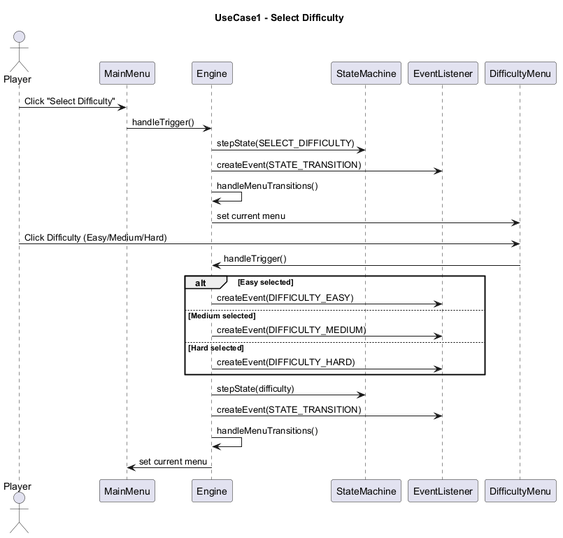
ChuzaWick420/FYP_AI_Based_Puzzle_Game keeps this PlantUML diagram as docs/Diagrams/uc1.png. Above is the earlier version.
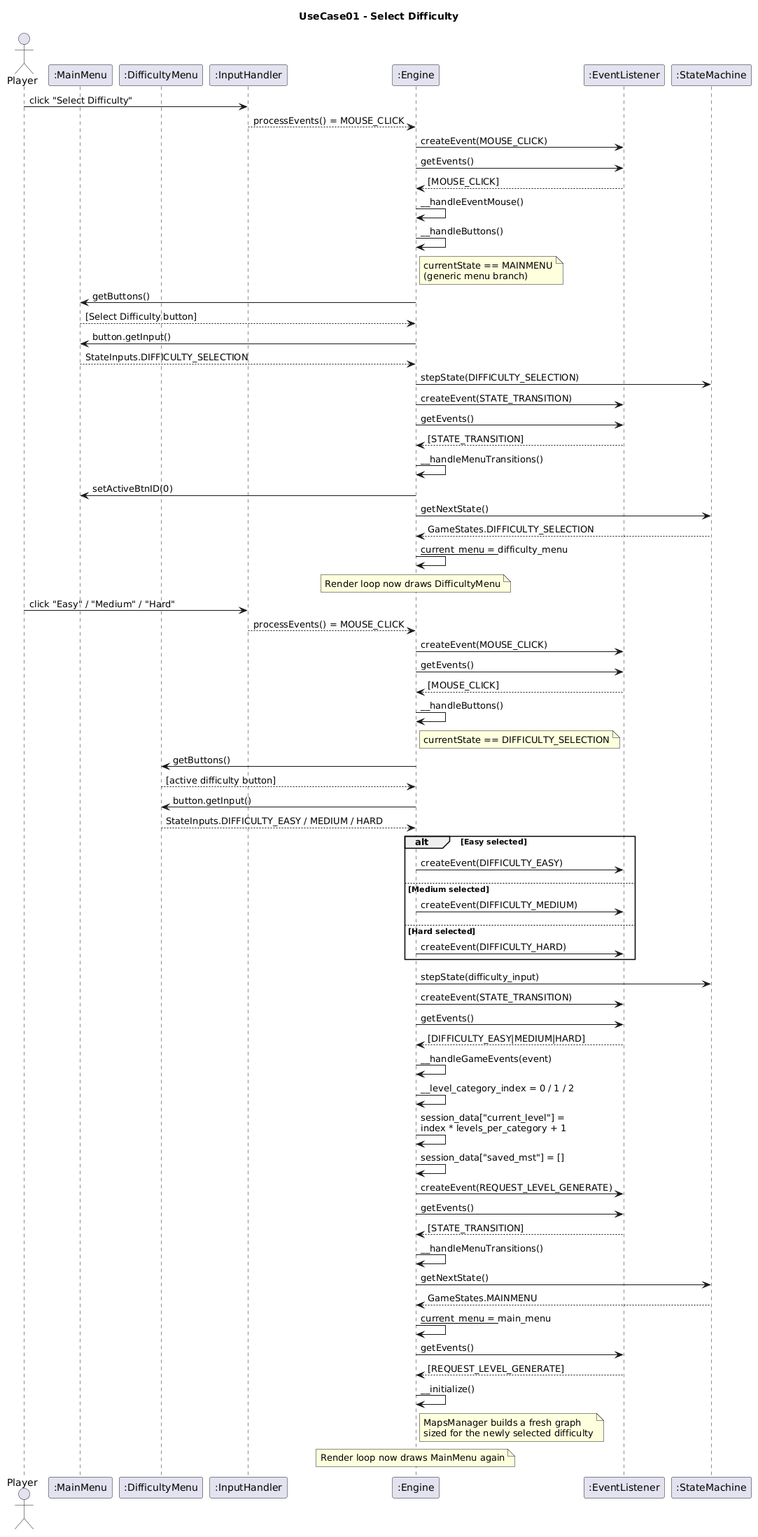
After the commit.

The edit, as a diff of the source:
```diff
@@ -1,40 +1,82 @@
 @startuml
-
-title UseCase1 - Select Difficulty
+title UseCase01 - Select Difficulty
 
 actor Player
+participant ":MainMenu" as MM
+participant ":DifficultyMenu" as DM
+participant ":InputHandler" as IH
+participant ":Engine" as E
+participant ":EventListener" as EL
+participant ":StateMachine" as SM
 
-participant MainMenu
-participant Engine
-participant StateMachine
-participant EventListener
-participant DifficultyMenu
+Player -> IH : click "Select Difficulty"
+IH --> E : processEvents() = MOUSE_CLICK
+E -> EL : createEvent(MOUSE_CLICK)
 
-Player -> MainMenu : Click "Select Difficulty"
+E -> EL : getEvents()
+EL --> E : [MOUSE_CLICK]
+E -> E : __handleEventMouse()
+E -> E : __handleButtons()
+note right of E : currentState == MAINMENU\n(generic menu branch)
+E -> MM : getButtons()
+MM --> E : [Select Difficulty button]
+E -> MM : button.getInput()
+MM --> E : StateInputs.DIFFICULTY_SELECTION
+E -> SM : stepState(DIFFICULTY_SELECTION)
+E -> EL : createEvent(STATE_TRANSITION)
 
-MainMenu -> Engine : handleTrigger()
-Engine -> StateMachine : stepState(SELECT_DIFFICULTY)
-Engine -> EventListener : createEvent(STATE_TRANSITION)
+E -> EL : getEvents()
+EL --> E : [STATE_TRANSITION]
+E -> E : __handleMenuTransitions()
+E -> MM : setActiveBtnID(0)
+E -> SM : getNextState()
+SM --> E : GameStates.DIFFICULTY_SELECTION
+E -> E : __current_menu = __difficulty_menu
 
-Engine -> Engine : handleMenuTransitions()
-Engine -> DifficultyMenu : set current menu
+note over E : Render loop now draws DifficultyMenu
 
-Player -> DifficultyMenu : Click Difficulty (Easy/Medium/Hard)
-
-DifficultyMenu -> Engine : handleTrigger()
+Player -> IH : click "Easy" / "Medium" / "Hard"
+IH --> E : processEvents() = MOUSE_CLICK
+E -> EL : createEvent(MOUSE_CLICK)
+E -> EL : getEvents()
+EL --> E : [MOUSE_CLICK]
+E -> E : __handleButtons()
+note right of E : currentState == DIFFICULTY_SELECTION
+E -> DM : getButtons()
+DM --> E : [active difficulty button]
+E -> DM : button.getInput()
+DM --> E : StateInputs.DIFFICULTY_EASY / MEDIUM / HARD
 
 alt Easy selected
-    Engine -> EventListener : createEvent(DIFFICULTY_EASY)
+  E -> EL : createEvent(DIFFICULTY_EASY)
 else Medium selected
-    Engine -> EventListener : createEvent(DIFFICULTY_MEDIUM)
+  E -> EL : createEvent(DIFFICULTY_MEDIUM)
 else Hard selected
-    Engine -> EventListener : createEvent(DIFFICULTY_HARD)
+  E -> EL : createEvent(DIFFICULTY_HARD)
 end
 
-Engine -> StateMachine : stepState(difficulty)
-Engine -> EventListener : createEvent(STATE_TRANSITION)
+E -> SM : stepState(difficulty_input)
+E -> EL : createEvent(STATE_TRANSITION)
 
-Engine -> Engine : handleMenuTransitions()
-Engine -> MainMenu : set current menu
+E -> EL : getEvents()
+EL --> E : [DIFFICULTY_EASY|MEDIUM|HARD]
+E -> E : __handleGameEvents(event)
+E -> E : __level_category_index = 0 / 1 / 2
+E -> E : session_data["current_level"] =\nindex * levels_per_category + 1
+E -> E : session_data["saved_mst"] = []
+E -> EL : createEvent(REQUEST_LEVEL_GENERATE)
 
+E -> EL : getEvents()
+EL --> E : [STATE_TRANSITION]
+E -> E : __handleMenuTransitions()
+E -> SM : getNextState()
+SM --> E : GameStates.MAINMENU
+E -> E : __current_menu = __main_menu
+
+E -> EL : getEvents()
+EL --> E : [REQUEST_LEVEL_GENERATE]
+E -> E : __initialize()
+note right of E : MapsManager builds a fresh graph\nsized for the newly selected difficulty
+
+note over E : Render loop now draws MainMenu again
 @enduml
```
